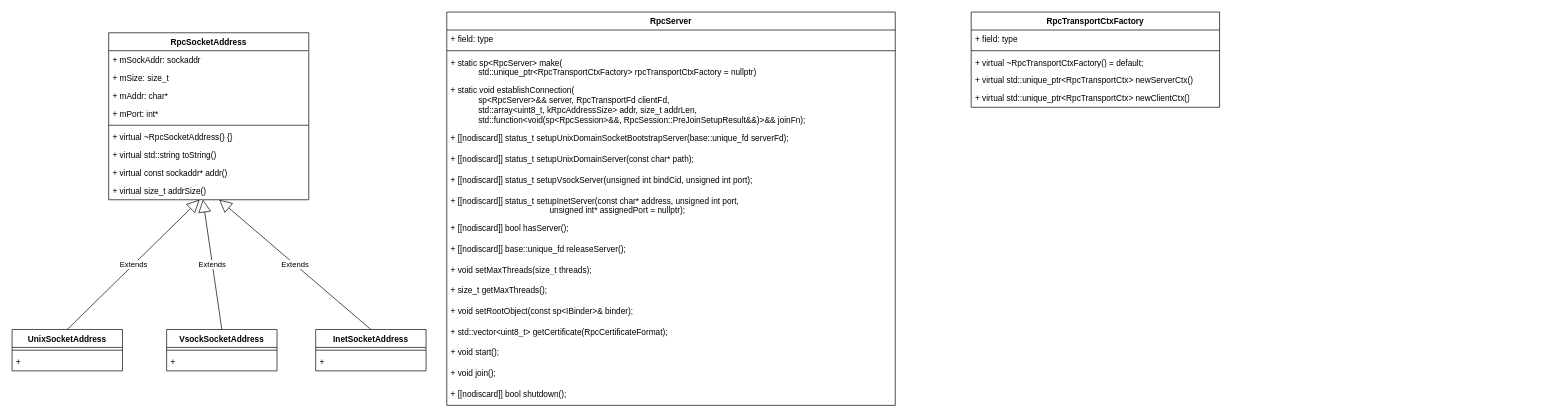
This is UML/binder_rpc_diagram_uml.drawio from RyanHuen/NotionStoredData, a draw.io file, before an edit. Source tidied: cells renumbered, new cells numbered last; positions are measured from the earlier drawing's top-left corner, leaving out a move shared by most shapes. Both pictures are drawn from the tidied source at 69%, with x=0, y=0 at pixel (12, 12).
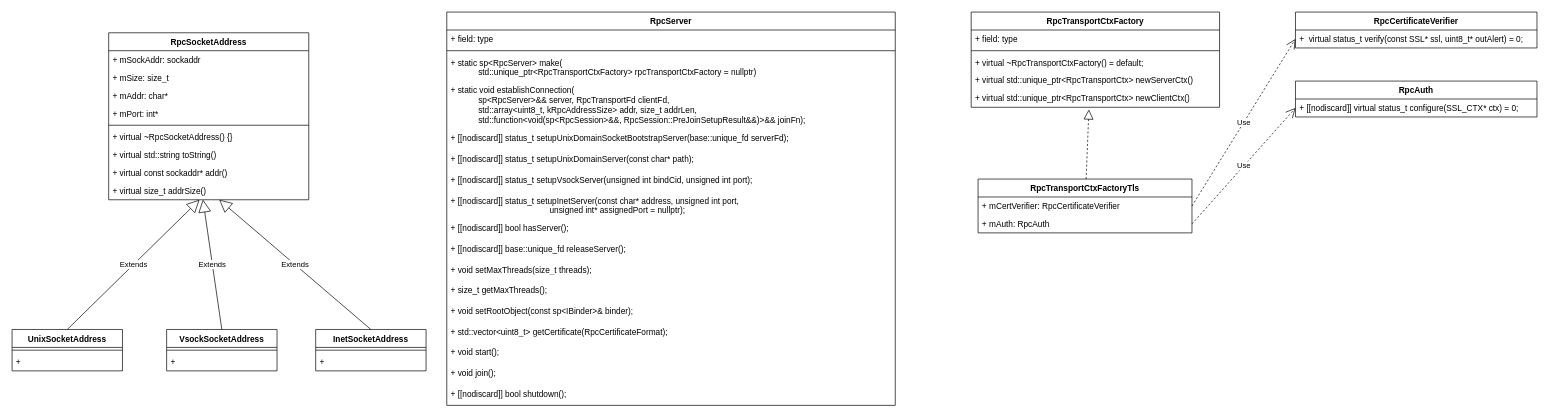
Above is the later version.

The change refers to these unchanged cells:
```xml
<mxCell id="47" value="+ virtual std::unique_ptr&amp;lt;RpcTransportCtx&amp;gt; newClientCtx()" style="text;strokeColor=none;fillColor=none;align=left;verticalAlign=top;spacingLeft=4;spacingRight=4;overflow=hidden;points=[[0,0.5],[1,0.5]];portConstraint=eastwest;whiteSpace=wrap;html=1;" parent="42" vertex="1">
  <mxGeometry y="112" width="360" height="26" as="geometry" />
</mxCell>
```

Diff of the diagram source:
```diff
@@
+    <mxCell id="48" value="RpcTransportCtxFactoryTls" style="swimlane;fontStyle=1;align=center;verticalAlign=top;horizontal=1;startSize=26;whiteSpace=wrap;html=1;" parent="1" vertex="1">
+      <mxGeometry x="1400" y="242" width="310" height="78" as="geometry" />
+    </mxCell>
+    <mxCell id="49" value="+ mCertVerifier:&amp;nbsp;RpcCertificateVerifier" style="text;strokeColor=none;fillColor=none;align=left;verticalAlign=top;spacingLeft=4;spacingRight=4;overflow=hidden;points=[[0,0.5],[1,0.5]];portConstraint=eastwest;whiteSpace=wrap;html=1;" parent="48" vertex="1">
+      <mxGeometry y="26" width="310" height="26" as="geometry" />
+    </mxCell>
+    <mxCell id="50" value="+ mAuth:&amp;nbsp;RpcAuth" style="text;strokeColor=none;fillColor=none;align=left;verticalAlign=top;spacingLeft=4;spacingRight=4;overflow=hidden;points=[[0,0.5],[1,0.5]];portConstraint=eastwest;whiteSpace=wrap;html=1;" parent="48" vertex="1">
+      <mxGeometry y="52" width="310" height="26" as="geometry" />
+    </mxCell>
+    <mxCell id="51" style="endArrow=block;dashed=1;endFill=0;endSize=12;html=1;rounded=0;entryX=0.474;entryY=1.121;entryDx=0;entryDy=0;entryPerimeter=0;" parent="1" edge="1" source="48" target="47">
+      <mxGeometry relative="1" as="geometry" />
+    </mxCell>
+    <mxCell id="52" value="RpcCertificateVerifier" style="swimlane;fontStyle=1;align=center;verticalAlign=top;horizontal=1;startSize=26;whiteSpace=wrap;html=1;" parent="1" vertex="1">
+      <mxGeometry x="1860" width="350" height="52" as="geometry" />
+    </mxCell>
+    <mxCell id="53" value="+ &amp;nbsp;virtual status_t verify(const SSL* ssl, uint8_t* outAlert) = 0;" style="text;strokeColor=none;fillColor=none;align=left;verticalAlign=top;spacingLeft=4;spacingRight=4;overflow=hidden;points=[[0,0.5],[1,0.5]];portConstraint=eastwest;whiteSpace=wrap;html=1;" parent="52" vertex="1">
+      <mxGeometry y="26" width="350" height="26" as="geometry" />
+    </mxCell>
+    <mxCell id="54" value="RpcAuth" style="swimlane;fontStyle=1;align=center;verticalAlign=top;horizontal=1;startSize=26;whiteSpace=wrap;html=1;" parent="1" vertex="1">
+      <mxGeometry x="1860" y="100" width="350" height="52" as="geometry" />
+    </mxCell>
+    <mxCell id="55" value="+ [[nodiscard]] virtual status_t configure(SSL_CTX* ctx) = 0;" style="text;strokeColor=none;fillColor=none;align=left;verticalAlign=top;spacingLeft=4;spacingRight=4;overflow=hidden;points=[[0,0.5],[1,0.5]];portConstraint=eastwest;whiteSpace=wrap;html=1;" parent="54" vertex="1">
+      <mxGeometry y="26" width="350" height="26" as="geometry" />
+    </mxCell>
+    <mxCell id="56" value="Use" style="endArrow=open;endSize=12;dashed=1;html=1;rounded=0;exitX=1;exitY=0.5;exitDx=0;exitDy=0;entryX=0;entryY=0.5;entryDx=0;entryDy=0;" parent="1" edge="1" source="49" target="53">
+      <mxGeometry relative="1" as="geometry" />
+    </mxCell>
+    <mxCell id="57" value="Use" style="endArrow=open;endSize=12;dashed=1;html=1;rounded=0;exitX=1;exitY=0.5;exitDx=0;exitDy=0;entryX=0;entryY=0.5;entryDx=0;entryDy=0;" parent="1" edge="1" source="50" target="55">
+      <mxGeometry relative="1" as="geometry" />
+    </mxCell>
```
